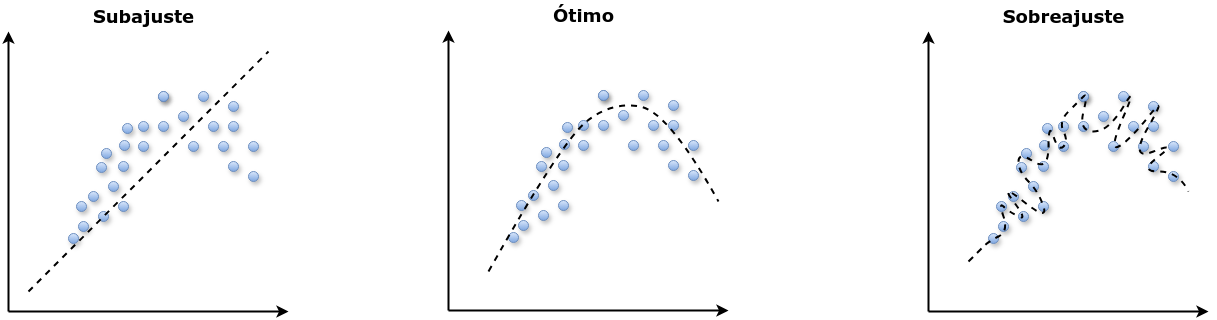
The draw.io diagram cursos/STA13824/images/overfitting1.png in gabrielsantos71-est/statistical_learning, before a commit. Source tidied: cells renumbered, new cells last; positions are measured from the earlier drawing's top-left corner, leaving out a move shared by most shapes.
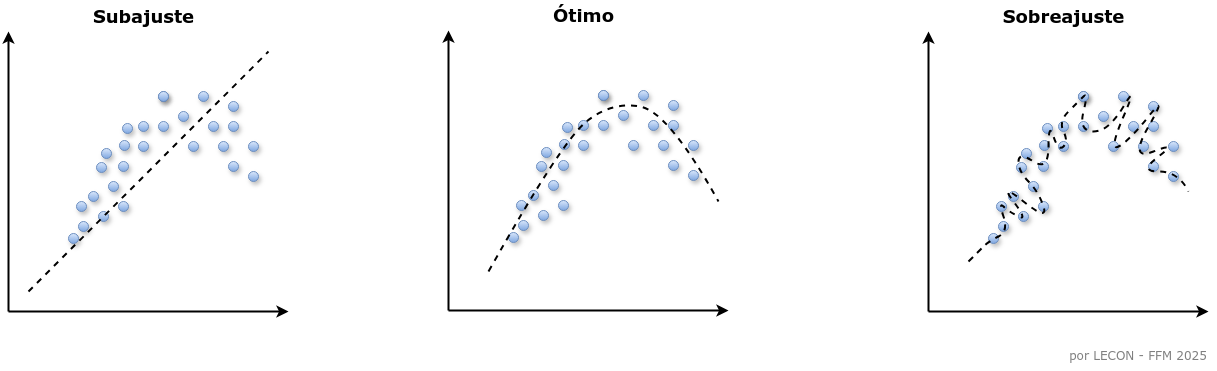
The same diagram one commit later.

Commit message:
Corrigindo problemas com figura overfitting

What changed in the source:
```diff
@@ -343,5 +343,8 @@
         </Array>
       </mxGeometry>
     </mxCell>
+    <mxCell id="95" value="&lt;span&gt;por LECON - FFM 2025&lt;/span&gt;" style="text;html=1;align=center;verticalAlign=middle;whiteSpace=wrap;rounded=0;fillColor=none;textOpacity=50;fontFamily=Verdana;" parent="1" vertex="1">
+      <mxGeometry x="1060" y="341" width="140" height="30" as="geometry" />
+    </mxCell>
   </root>
 </mxGraphModel>
```
